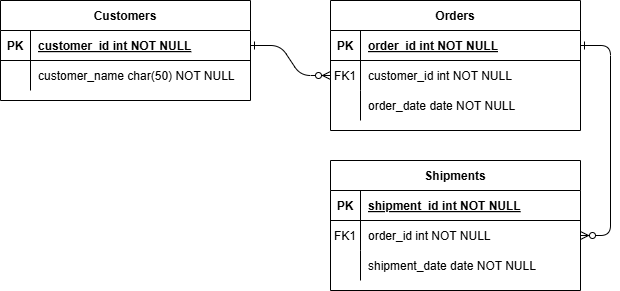
Above: Untitled Diagram.drawio.png in ssangwoosan/ecoshirt (draw.io), before the change. Source tidied: cells renumbered, new cells last; positions are measured from the earlier drawing's top-left corner, leaving out a move shared by most shapes. Source of this version:
```xml
<mxGraphModel>
  <root>
    <mxCell id="0" />
    <mxCell id="1" parent="0" />
    <mxCell id="2" style="edgeStyle=entityRelationEdgeStyle;endArrow=ERzeroToMany;startArrow=ERone;endFill=1;startFill=0;" parent="1" edge="1" source="25" target="8">
      <mxGeometry relative="1" as="geometry" />
    </mxCell>
    <mxCell id="3" style="edgeStyle=entityRelationEdgeStyle;endArrow=ERzeroToMany;startArrow=ERone;endFill=1;startFill=0;" parent="1" edge="1" source="5" target="18">
      <mxGeometry relative="1" as="geometry" />
    </mxCell>
    <mxCell id="4" value="Orders" style="shape=table;startSize=30;rowLines=0;fontStyle=1;align=center;" parent="1" vertex="1">
      <mxGeometry x="330" width="250" height="130" as="geometry" />
    </mxCell>
    <mxCell id="5" style="shape=partialRectangle;fillColor=none;points=[[0,0.5],[1,0.5]];portConstraint=eastwest;top=0;left=0;right=0;bottom=1;" parent="4" vertex="1">
      <mxGeometry y="30" width="250" height="30" as="geometry" />
    </mxCell>
    <mxCell id="6" value="PK" style="shape=partialRectangle;overflow=hidden;fillColor=none;top=0;left=0;bottom=0;right=0;fontStyle=1;" parent="5" vertex="1">
      <mxGeometry width="30" height="30" as="geometry" />
    </mxCell>
    <mxCell id="7" value="order_id int NOT NULL " style="shape=partialRectangle;overflow=hidden;fillColor=none;top=0;left=0;bottom=0;right=0;align=left;spacingLeft=6;fontStyle=5;" parent="5" vertex="1">
      <mxGeometry x="30" width="220" height="30" as="geometry" />
    </mxCell>
    <mxCell id="8" style="shape=partialRectangle;fillColor=none;points=[[0,0.5],[1,0.5]];portConstraint=eastwest;top=0;left=0;right=0;bottom=0;" parent="4" vertex="1">
      <mxGeometry y="60" width="250" height="30" as="geometry" />
    </mxCell>
    <mxCell id="9" value="FK1" style="shape=partialRectangle;overflow=hidden;fillColor=none;top=0;left=0;bottom=0;right=0;" parent="8" vertex="1">
      <mxGeometry width="30" height="30" as="geometry" />
    </mxCell>
    <mxCell id="10" value="customer_id int NOT NULL" style="shape=partialRectangle;overflow=hidden;fillColor=none;top=0;left=0;bottom=0;right=0;align=left;spacingLeft=6;" parent="8" vertex="1">
      <mxGeometry x="30" width="220" height="30" as="geometry" />
    </mxCell>
    <mxCell id="11" style="shape=partialRectangle;fillColor=none;top=0;left=0;right=0;bottom=0;" parent="4" vertex="1">
      <mxGeometry y="90" width="250" height="30" as="geometry" />
    </mxCell>
    <mxCell id="12" style="shape=partialRectangle;overflow=hidden;fillColor=none;top=0;left=0;bottom=0;right=0;" parent="11" vertex="1">
      <mxGeometry width="30" height="30" as="geometry" />
    </mxCell>
    <mxCell id="13" value="order_date date NOT NULL" style="shape=partialRectangle;overflow=hidden;fillColor=none;top=0;left=0;bottom=0;right=0;align=left;spacingLeft=6;" parent="11" vertex="1">
      <mxGeometry x="30" width="220" height="30" as="geometry" />
    </mxCell>
    <mxCell id="14" value="Shipments" style="shape=table;startSize=30;rowLines=0;fontStyle=1;align=center;" parent="1" vertex="1">
      <mxGeometry x="330" y="160" width="250" height="130" as="geometry" />
    </mxCell>
    <mxCell id="15" style="shape=partialRectangle;fillColor=none;top=0;left=0;right=0;bottom=1;" parent="14" vertex="1">
      <mxGeometry y="30" width="250" height="30" as="geometry" />
    </mxCell>
    <mxCell id="16" value="PK" style="shape=partialRectangle;overflow=hidden;fillColor=none;top=0;left=0;bottom=0;right=0;fontStyle=1;" parent="15" vertex="1">
      <mxGeometry width="30" height="30" as="geometry" />
    </mxCell>
    <mxCell id="17" value="shipment_id int NOT NULL " style="shape=partialRectangle;overflow=hidden;fillColor=none;top=0;left=0;bottom=0;right=0;align=left;spacingLeft=6;fontStyle=5;" parent="15" vertex="1">
      <mxGeometry x="30" width="220" height="30" as="geometry" />
    </mxCell>
    <mxCell id="18" style="shape=partialRectangle;fillColor=none;points=[[0,0.5],[1,0.5]];portConstraint=eastwest;top=0;left=0;right=0;bottom=0;" parent="14" vertex="1">
      <mxGeometry y="60" width="250" height="30" as="geometry" />
    </mxCell>
    <mxCell id="19" value="FK1" style="shape=partialRectangle;overflow=hidden;fillColor=none;top=0;left=0;bottom=0;right=0;" parent="18" vertex="1">
      <mxGeometry width="30" height="30" as="geometry" />
    </mxCell>
    <mxCell id="20" value="order_id int NOT NULL" style="shape=partialRectangle;overflow=hidden;fillColor=none;top=0;left=0;bottom=0;right=0;align=left;spacingLeft=6;" parent="18" vertex="1">
      <mxGeometry x="30" width="220" height="30" as="geometry" />
    </mxCell>
    <mxCell id="21" style="shape=partialRectangle;fillColor=none;top=0;left=0;right=0;bottom=0;" parent="14" vertex="1">
      <mxGeometry y="90" width="250" height="30" as="geometry" />
    </mxCell>
    <mxCell id="22" style="shape=partialRectangle;overflow=hidden;fillColor=none;top=0;left=0;bottom=0;right=0;" parent="21" vertex="1">
      <mxGeometry width="30" height="30" as="geometry" />
    </mxCell>
    <mxCell id="23" value="shipment_date date NOT NULL" style="shape=partialRectangle;overflow=hidden;fillColor=none;top=0;left=0;bottom=0;right=0;align=left;spacingLeft=6;" parent="21" vertex="1">
      <mxGeometry x="30" width="220" height="30" as="geometry" />
    </mxCell>
    <mxCell id="24" value="Customers" style="shape=table;startSize=30;rowLines=0;fontStyle=1;align=center;" parent="1" vertex="1">
      <mxGeometry width="250" height="100" as="geometry" />
    </mxCell>
    <mxCell id="25" style="shape=partialRectangle;fillColor=none;points=[[0,0.5],[1,0.5]];portConstraint=eastwest;top=0;left=0;right=0;bottom=1;" parent="24" vertex="1">
      <mxGeometry y="30" width="250" height="30" as="geometry" />
    </mxCell>
    <mxCell id="26" value="PK" style="shape=partialRectangle;overflow=hidden;fillColor=none;top=0;left=0;bottom=0;right=0;fontStyle=1;" parent="25" vertex="1">
      <mxGeometry width="30" height="30" as="geometry" />
    </mxCell>
    <mxCell id="27" value="customer_id int NOT NULL " style="shape=partialRectangle;overflow=hidden;fillColor=none;top=0;left=0;bottom=0;right=0;align=left;spacingLeft=6;fontStyle=5;" parent="25" vertex="1">
      <mxGeometry x="30" width="220" height="30" as="geometry" />
    </mxCell>
    <mxCell id="28" style="shape=partialRectangle;fillColor=none;top=0;left=0;right=0;bottom=0;" parent="24" vertex="1">
      <mxGeometry y="60" width="250" height="30" as="geometry" />
    </mxCell>
    <mxCell id="29" style="shape=partialRectangle;overflow=hidden;fillColor=none;top=0;left=0;bottom=0;right=0;" parent="28" vertex="1">
      <mxGeometry width="30" height="30" as="geometry" />
    </mxCell>
    <mxCell id="30" value="customer_name char(50) NOT NULL" style="shape=partialRectangle;overflow=hidden;fillColor=none;top=0;left=0;bottom=0;right=0;align=left;spacingLeft=6;" parent="28" vertex="1">
      <mxGeometry x="30" width="220" height="30" as="geometry" />
    </mxCell>
  </root>
</mxGraphModel>
```
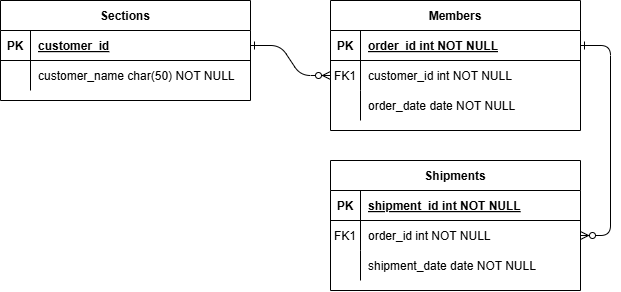
The same diagram one commit later.

The edit, as a diff of the source:
```diff
@@ -8,7 +8,7 @@
     <mxCell id="3" style="edgeStyle=entityRelationEdgeStyle;endArrow=ERzeroToMany;startArrow=ERone;endFill=1;startFill=0;" parent="1" edge="1" source="5" target="18">
       <mxGeometry relative="1" as="geometry" />
     </mxCell>
-    <mxCell id="4" value="Orders" style="shape=table;startSize=30;rowLines=0;fontStyle=1;align=center;" parent="1" vertex="1">
+    <mxCell id="4" value="Members" style="shape=table;startSize=30;rowLines=0;fontStyle=1;align=center;" parent="1" vertex="1">
       <mxGeometry x="330" width="250" height="130" as="geometry" />
     </mxCell>
     <mxCell id="5" style="shape=partialRectangle;fillColor=none;points=[[0,0.5],[1,0.5]];portConstraint=eastwest;top=0;left=0;right=0;bottom=1;" parent="4" vertex="1">
@@ -68,7 +68,7 @@
     <mxCell id="23" value="shipment_date date NOT NULL" style="shape=partialRectangle;overflow=hidden;fillColor=none;top=0;left=0;bottom=0;right=0;align=left;spacingLeft=6;" parent="21" vertex="1">
       <mxGeometry x="30" width="220" height="30" as="geometry" />
     </mxCell>
-    <mxCell id="24" value="Customers" style="shape=table;startSize=30;rowLines=0;fontStyle=1;align=center;" parent="1" vertex="1">
+    <mxCell id="24" value="Sections" style="shape=table;startSize=30;rowLines=0;fontStyle=1;align=center;" parent="1" vertex="1">
       <mxGeometry width="250" height="100" as="geometry" />
     </mxCell>
     <mxCell id="25" style="shape=partialRectangle;fillColor=none;points=[[0,0.5],[1,0.5]];portConstraint=eastwest;top=0;left=0;right=0;bottom=1;" parent="24" vertex="1">
@@ -77,7 +77,7 @@
     <mxCell id="26" value="PK" style="shape=partialRectangle;overflow=hidden;fillColor=none;top=0;left=0;bottom=0;right=0;fontStyle=1;" parent="25" vertex="1">
       <mxGeometry width="30" height="30" as="geometry" />
     </mxCell>
-    <mxCell id="27" value="customer_id int NOT NULL " style="shape=partialRectangle;overflow=hidden;fillColor=none;top=0;left=0;bottom=0;right=0;align=left;spacingLeft=6;fontStyle=5;" parent="25" vertex="1">
+    <mxCell id="27" value="customer_id" style="shape=partialRectangle;overflow=hidden;fillColor=none;top=0;left=0;bottom=0;right=0;align=left;spacingLeft=6;fontStyle=5;" parent="25" vertex="1">
       <mxGeometry x="30" width="220" height="30" as="geometry" />
     </mxCell>
     <mxCell id="28" style="shape=partialRectangle;fillColor=none;top=0;left=0;right=0;bottom=0;" parent="24" vertex="1">
```
